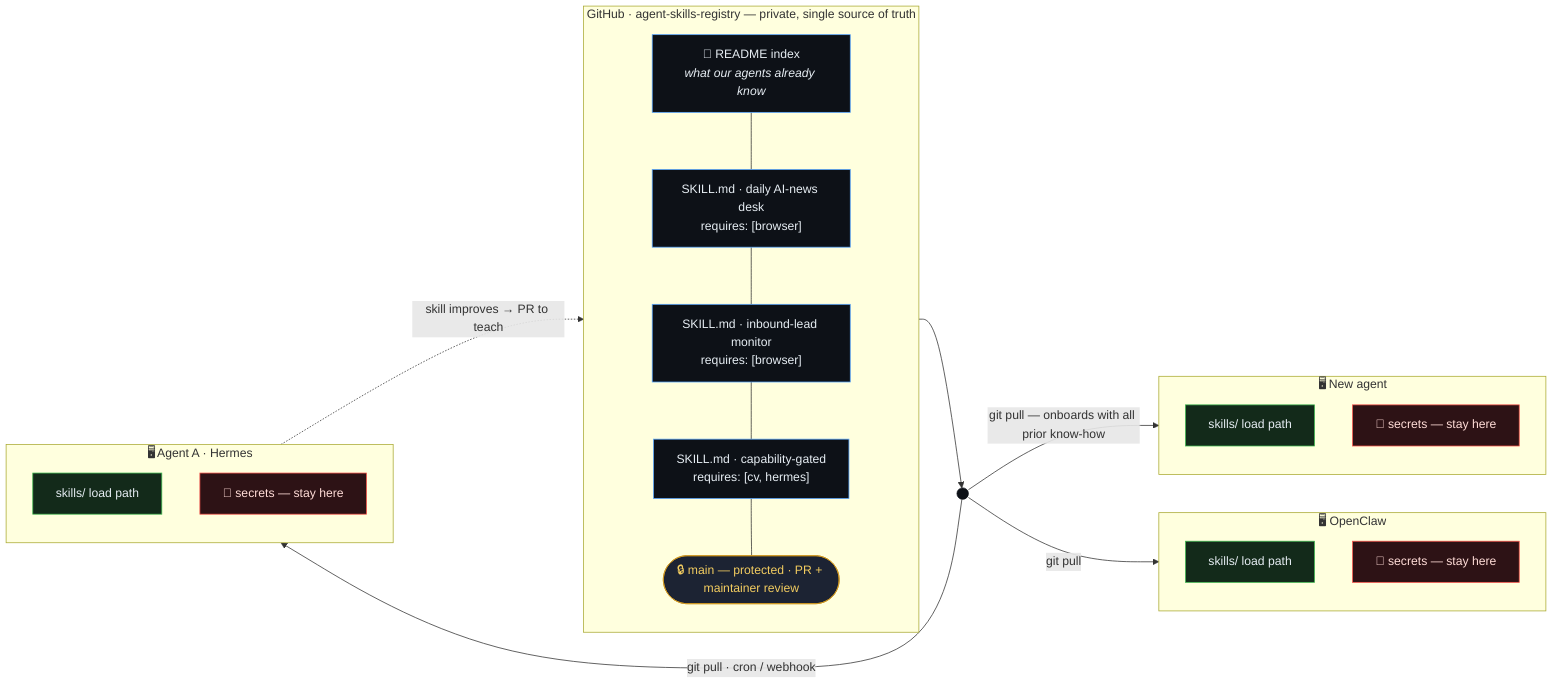
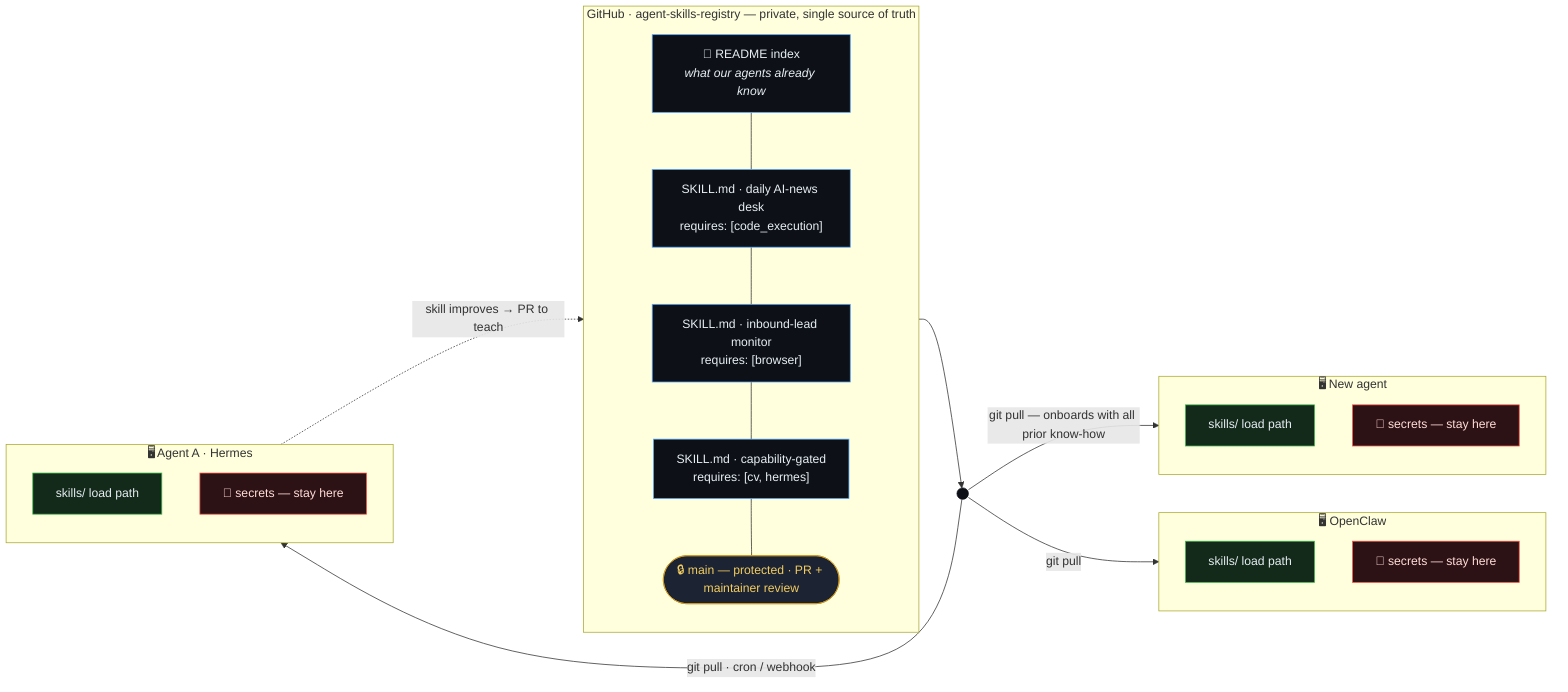
flowchart LR
    subgraph GH["GitHub · agent-skills-registry — private, single source of truth"]
        direction TB
        README["📖 README index<br/><i>what our agents already know</i>"]
-         S1["SKILL.md · daily AI-news desk<br/>requires: [browser]"]
+         S1["SKILL.md · daily AI-news desk<br/>requires: [code_execution]"]
        S2["SKILL.md · inbound-lead monitor<br/>requires: [browser]"]
        S3["SKILL.md · capability-gated<br/>requires: [cv, hermes]"]
        MAIN(["🔒 main — protected · PR + maintainer review"])
        README --- S1
        S1 --- S2
        S2 --- S3
        S3 --- MAIN
    end

    HUB(( ))

    subgraph V1["🖥️ Agent A · Hermes"]
        direction TB
        L1["skills/ load path"]
        E1["🔑 secrets — stay here"]
    end
    subgraph V2["🖥️ OpenClaw"]
        direction TB
        L2["skills/ load path"]
        E2["🔑 secrets — stay here"]
    end
    subgraph V3["🖥️ New agent"]
        direction TB
        L3["skills/ load path"]
        E3["🔑 secrets — stay here"]
    end

    MAIN --> HUB
    HUB -->|"git pull · cron / webhook"| L1
    HUB -->|"git pull"| L2
    HUB -->|"git pull — onboards with all prior know-how"| L3
    L1 -.->|"skill improves → PR to teach"| MAIN

    classDef repo fill:#0d1117,stroke:#58a6ff,color:#e6edf3;
    classDef secret fill:#2d1215,stroke:#f85149,color:#ffdcd7;
    classDef main fill:#1c2333,stroke:#d29922,color:#f2cc60;
    classDef load fill:#132a1a,stroke:#3fb950,color:#e6edf3;
    classDef hub fill:#0d1117,stroke:#0d1117,color:#0d1117;
    class README,S1,S2,S3 repo;
    class E1,E2,E3 secret;
    class MAIN main;
    class L1,L2,L3 load;
-     class HUB hub;+     class HUB hub;
